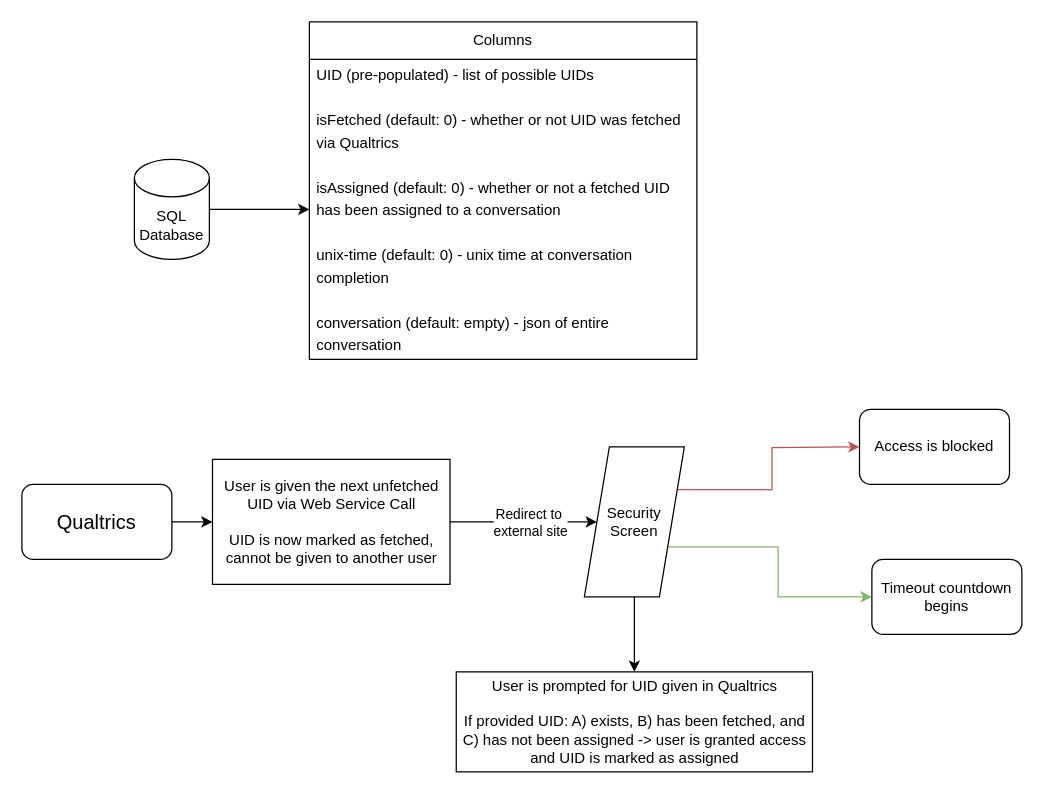
Before: Chatbot Flow.drawio in Triarite/qualtrics-openai, a draw.io diagram. Source tidied: cells renumbered, new cells numbered last; positions are measured from the earlier drawing's top-left corner, leaving out a move shared by most shapes. Both pictures are drawn from the tidied source at 125%, with x=0, y=0 at pixel (21, 21).
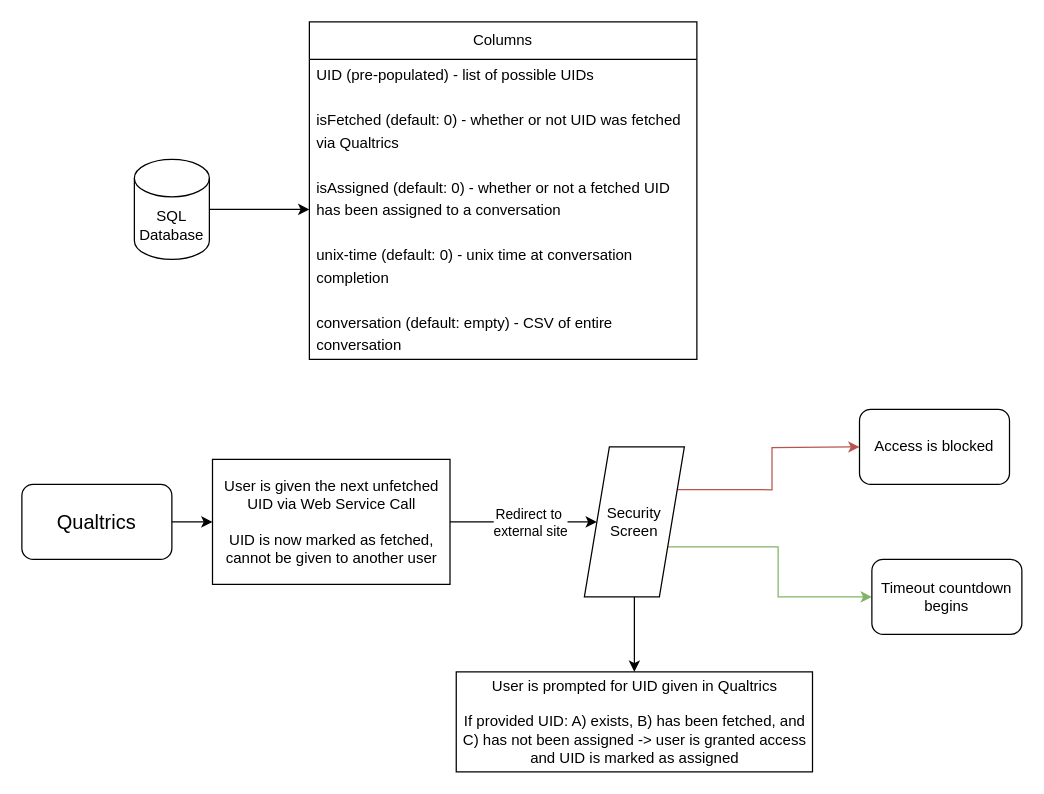
The same diagram, later.

Change to the diagram source:
```diff
@@
 <mxGraphModel>
   <root>
     <mxCell id="0" />
     <mxCell id="1" parent="0" />
     <mxCell id="2" style="edgeStyle=orthogonalEdgeStyle;rounded=0;jettySize=auto;html=1;entryX=0;entryY=0.5;entryDx=0;entryDy=0;" parent="1" edge="1" source="3" target="16">
       <mxGeometry relative="1" as="geometry" />
     </mxCell>
     <mxCell id="3" value="&lt;font style=&quot;font-size: 16px;&quot;&gt;Qualtrics&lt;/font&gt;" style="rounded=1;whiteSpace=wrap;html=1;" parent="1" vertex="1">
       <mxGeometry y="370" width="120" height="60" as="geometry" />
     </mxCell>
     <mxCell id="4" style="edgeStyle=orthogonalEdgeStyle;rounded=0;jettySize=auto;html=1;fillColor=#d5e8d4;strokeColor=#82b366;exitX=1;exitY=0.75;exitDx=0;exitDy=0;entryX=0;entryY=0.5;entryDx=0;entryDy=0;" parent="1" edge="1" source="7" target="8">
       <mxGeometry relative="1" as="geometry" />
     </mxCell>
     <mxCell id="5" style="edgeStyle=orthogonalEdgeStyle;rounded=0;jettySize=auto;html=1;fillColor=#f8cecc;strokeColor=#b85450;exitX=1;exitY=0.25;exitDx=0;exitDy=0;" parent="1" edge="1" source="7">
       <mxGeometry relative="1" as="geometry">
         <mxPoint x="670.1" y="340" as="targetPoint" />
       </mxGeometry>
     </mxCell>
     <mxCell id="6" style="edgeStyle=orthogonalEdgeStyle;rounded=0;jettySize=auto;html=1;" parent="1" edge="1" source="7" target="17">
       <mxGeometry relative="1" as="geometry" />
     </mxCell>
     <mxCell id="7" value="Security&lt;div&gt;Screen&lt;/div&gt;" style="shape=parallelogram;perimeter=parallelogramPerimeter;whiteSpace=wrap;html=1;fixedSize=1;" parent="1" vertex="1">
       <mxGeometry x="450" y="340" width="80" height="120" as="geometry" />
     </mxCell>
     <mxCell id="8" value="Timeout countdown begins" style="whiteSpace=wrap;html=1;rounded=1;" parent="1" vertex="1">
       <mxGeometry x="680" y="430" width="120" height="60" as="geometry" />
     </mxCell>
     <mxCell id="9" value="Access is blocked" style="rounded=1;whiteSpace=wrap;html=1;" parent="1" vertex="1">
       <mxGeometry x="670.1" y="310" width="120" height="60" as="geometry" />
     </mxCell>
     <mxCell id="10" style="edgeStyle=orthogonalEdgeStyle;rounded=0;jettySize=auto;html=1;entryX=0;entryY=0.5;entryDx=0;entryDy=0;" parent="1" edge="1" source="11" target="13">
       <mxGeometry relative="1" as="geometry" />
     </mxCell>
     <mxCell id="11" value="SQL&lt;div&gt;Database&lt;/div&gt;" style="shape=cylinder3;whiteSpace=wrap;html=1;boundedLbl=1;backgroundOutline=1;size=15;" parent="1" vertex="1">
       <mxGeometry x="90" y="110" width="60" height="80" as="geometry" />
     </mxCell>
     <mxCell id="12" value="Columns" style="swimlane;fontStyle=0;horizontal=1;startSize=30;whiteSpace=wrap;html=1;" parent="1" vertex="1">
       <mxGeometry x="230" width="310" height="270" as="geometry" />
     </mxCell>
-    <mxCell id="13" value="&lt;div style=&quot;line-height: 150%;&quot;&gt;&lt;span style=&quot;background-color: initial;&quot;&gt;UID (pre-populated) - list of possible UIDs&lt;/span&gt;&lt;/div&gt;&lt;div style=&quot;line-height: 150%;&quot;&gt;&lt;span style=&quot;background-color: initial;&quot;&gt;&lt;br&gt;&lt;/span&gt;&lt;/div&gt;&lt;div style=&quot;line-height: 150%;&quot;&gt;&lt;span style=&quot;background-color: initial;&quot;&gt;isFetched (default: 0) - whether or not UID was fetched via Qualtrics&lt;/span&gt;&lt;/div&gt;&lt;div style=&quot;line-height: 150%;&quot;&gt;&lt;span style=&quot;background-color: initial;&quot;&gt;&lt;br&gt;&lt;/span&gt;&lt;/div&gt;&lt;div style=&quot;line-height: 150%;&quot;&gt;&lt;span style=&quot;background-color: initial;&quot;&gt;isAssigned (default: 0) - whether or not a fetched UID has been assigned to a conversation&lt;/span&gt;&lt;/div&gt;&lt;div style=&quot;line-height: 150%;&quot;&gt;&lt;span style=&quot;background-color: initial;&quot;&gt;&lt;br&gt;&lt;/span&gt;&lt;/div&gt;&lt;div style=&quot;line-height: 150%;&quot;&gt;&lt;span style=&quot;background-color: initial;&quot;&gt;unix-time (default: 0) - unix time at conversation completion&lt;/span&gt;&lt;/div&gt;&lt;div style=&quot;line-height: 150%;&quot;&gt;&lt;span style=&quot;background-color: initial;&quot;&gt;&lt;br&gt;&lt;/span&gt;&lt;/div&gt;&lt;div style=&quot;line-height: 150%;&quot;&gt;&lt;span style=&quot;background-color: initial;&quot;&gt;conversation (default: empty) - json of entire conversation&lt;/span&gt;&lt;/div&gt;" style="text;strokeColor=none;fillColor=none;align=left;verticalAlign=middle;spacingLeft=4;spacingRight=4;overflow=hidden;points=[[0,0.5],[1,0.5]];portConstraint=eastwest;whiteSpace=wrap;html=1;" parent="12" vertex="1">
+    <mxCell id="13" value="&lt;div style=&quot;line-height: 150%;&quot;&gt;&lt;span style=&quot;background-color: initial;&quot;&gt;UID (pre-populated) - list of possible UIDs&lt;/span&gt;&lt;/div&gt;&lt;div style=&quot;line-height: 150%;&quot;&gt;&lt;span style=&quot;background-color: initial;&quot;&gt;&lt;br&gt;&lt;/span&gt;&lt;/div&gt;&lt;div style=&quot;line-height: 150%;&quot;&gt;&lt;span style=&quot;background-color: initial;&quot;&gt;isFetched (default: 0) - whether or not UID was fetched via Qualtrics&lt;/span&gt;&lt;/div&gt;&lt;div style=&quot;line-height: 150%;&quot;&gt;&lt;span style=&quot;background-color: initial;&quot;&gt;&lt;br&gt;&lt;/span&gt;&lt;/div&gt;&lt;div style=&quot;line-height: 150%;&quot;&gt;&lt;span style=&quot;background-color: initial;&quot;&gt;isAssigned (default: 0) - whether or not a fetched UID has been assigned to a conversation&lt;/span&gt;&lt;/div&gt;&lt;div style=&quot;line-height: 150%;&quot;&gt;&lt;span style=&quot;background-color: initial;&quot;&gt;&lt;br&gt;&lt;/span&gt;&lt;/div&gt;&lt;div style=&quot;line-height: 150%;&quot;&gt;&lt;span style=&quot;background-color: initial;&quot;&gt;unix-time (default: 0) - unix time at conversation completion&lt;/span&gt;&lt;/div&gt;&lt;div style=&quot;line-height: 150%;&quot;&gt;&lt;span style=&quot;background-color: initial;&quot;&gt;&lt;br&gt;&lt;/span&gt;&lt;/div&gt;&lt;div style=&quot;line-height: 150%;&quot;&gt;&lt;span style=&quot;background-color: initial;&quot;&gt;conversation (default: empty) - CSV of entire conversation&lt;/span&gt;&lt;/div&gt;" style="text;strokeColor=none;fillColor=none;align=left;verticalAlign=middle;spacingLeft=4;spacingRight=4;overflow=hidden;points=[[0,0.5],[1,0.5]];portConstraint=eastwest;whiteSpace=wrap;html=1;" parent="12" vertex="1">
       <mxGeometry y="30" width="310" height="240" as="geometry" />
     </mxCell>
     <mxCell id="14" style="edgeStyle=orthogonalEdgeStyle;rounded=0;jettySize=auto;html=1;entryX=0;entryY=0.5;entryDx=0;entryDy=0;" parent="1" edge="1" source="16" target="7">
       <mxGeometry relative="1" as="geometry" />
     </mxCell>
     <mxCell id="15" value="Redirect to&amp;nbsp;&lt;div&gt;external site&lt;/div&gt;" style="edgeLabel;html=1;align=center;verticalAlign=middle;" parent="14" vertex="1">
       <mxGeometry x="-0.05" y="2" relative="1" as="geometry">
         <mxPoint x="8" y="2" as="offset" />
       </mxGeometry>
     </mxCell>
     <mxCell id="16" value="&lt;div&gt;User is given the next unfetched UID via Web Service Call&lt;/div&gt;&lt;div&gt;&lt;br&gt;&lt;/div&gt;&lt;div&gt;UID is now marked as fetched, cannot be given to another user&lt;/div&gt;" style="rounded=0;whiteSpace=wrap;html=1;" parent="1" vertex="1">
       <mxGeometry x="152.5" y="350" width="190" height="100" as="geometry" />
     </mxCell>
     <mxCell id="17" value="User is prompted for UID given in Qualtrics&lt;div&gt;&lt;br&gt;&lt;/div&gt;&lt;div&gt;If provided UID: A) exists, B) has been fetched, and C) has not been assigned -&amp;gt; user is granted access and UID is marked as assigned&lt;/div&gt;" style="whiteSpace=wrap;html=1;" parent="1" vertex="1">
       <mxGeometry x="347.5" y="520" width="285" height="80" as="geometry" />
     </mxCell>
   </root>
 </mxGraphModel>
```
